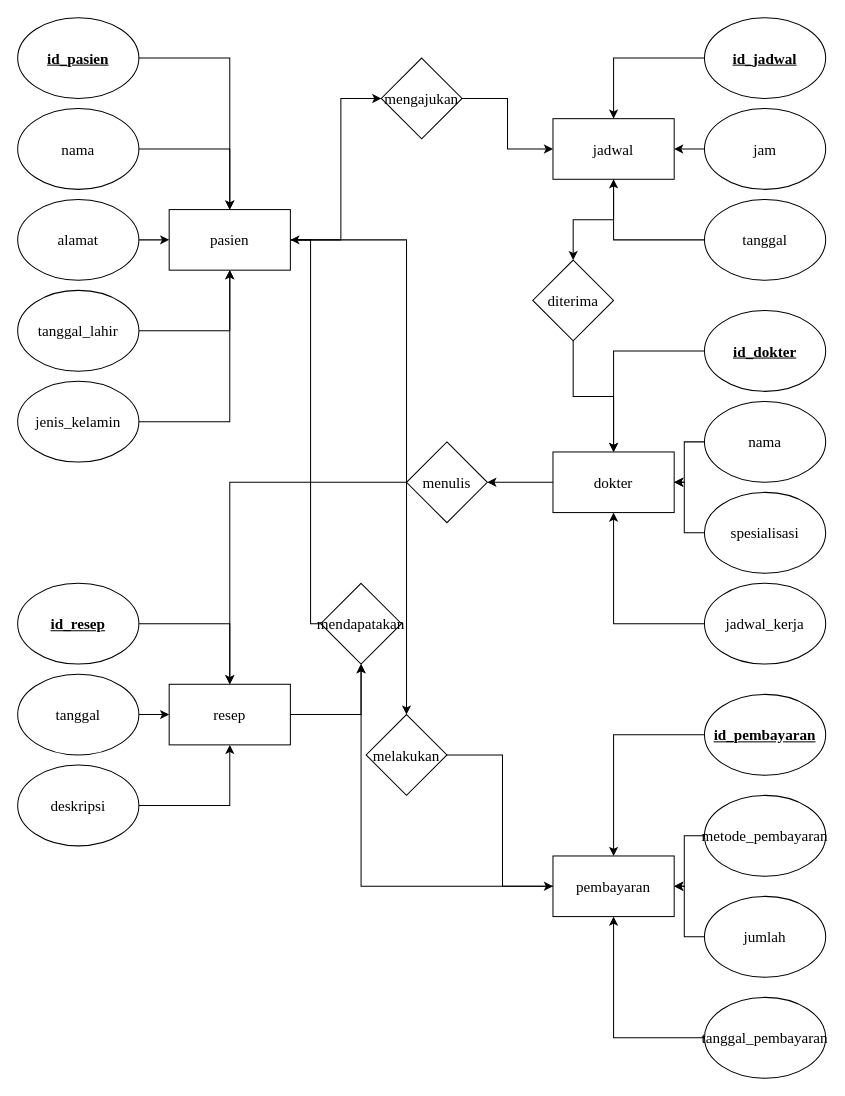
Earlier version of the draw.io diagram Tugas-Dasar-ERD.drawio (Muhammad-Ryan-Handhika-Susanto/Tugas-ERD). Source tidied: cells renumbered, new cells numbered last; positions are measured from the earlier drawing's top-left corner, leaving out a move shared by most shapes. Both pictures are drawn from the tidied source at 101%, with x=0, y=0 at pixel (17, 17).
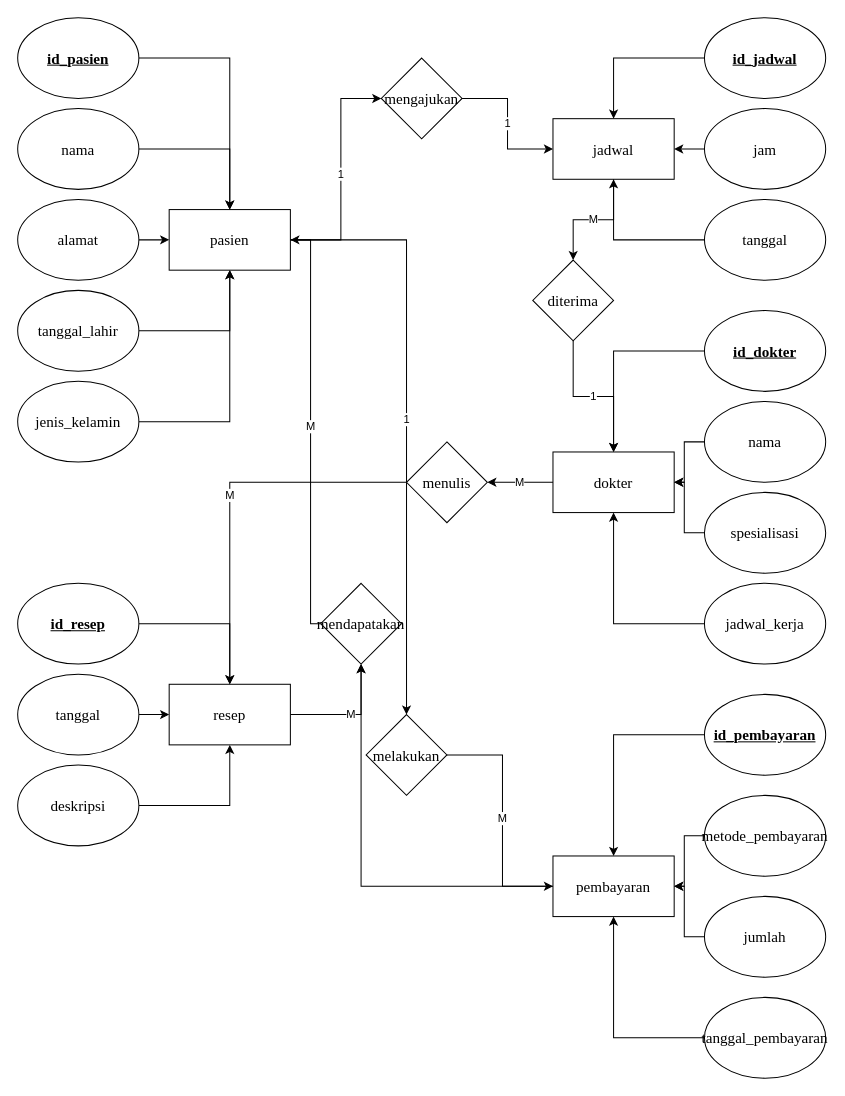
After the change.

Unchanged cells that the change refers to:
```xml
<mxCell id="4" value="pasien" style="rounded=0;whiteSpace=wrap;html=1;fontFamily=Times New Roman;fontSize=15;" parent="1" vertex="1">
  <mxGeometry x="150" y="190" width="120" height="60" as="geometry" />
</mxCell>
<mxCell id="6" value="dokter" style="rounded=0;whiteSpace=wrap;html=1;fontFamily=Times New Roman;fontSize=15;" parent="1" vertex="1">
  <mxGeometry x="530" y="430" width="120" height="60" as="geometry" />
</mxCell>
<mxCell id="8" value="pembayaran" style="rounded=0;whiteSpace=wrap;html=1;fontFamily=Times New Roman;fontSize=15;" parent="1" vertex="1">
  <mxGeometry x="530" y="830" width="120" height="60" as="geometry" />
</mxCell>
<mxCell id="10" value="jadwal" style="rounded=0;whiteSpace=wrap;html=1;fontFamily=Times New Roman;fontSize=15;" parent="1" vertex="1">
  <mxGeometry x="530" y="100" width="120" height="60" as="geometry" />
</mxCell>
<mxCell id="12" value="resep" style="rounded=0;whiteSpace=wrap;html=1;fontFamily=Times New Roman;fontSize=15;" parent="1" vertex="1">
  <mxGeometry x="150" y="660" width="120" height="60" as="geometry" />
</mxCell>
<mxCell id="52" value="melakukan" style="rhombus;whiteSpace=wrap;html=1;fontFamily=Times New Roman;fontSize=15;" parent="1" vertex="1">
  <mxGeometry x="345" y="690" width="80" height="80" as="geometry" />
</mxCell>
<mxCell id="54" value="mendapatakan" style="rhombus;whiteSpace=wrap;html=1;fontFamily=Times New Roman;fontSize=15;" parent="1" vertex="1">
  <mxGeometry x="300" y="560" width="80" height="80" as="geometry" />
</mxCell>
<mxCell id="56" value="mengajukan" style="rhombus;whiteSpace=wrap;html=1;fontFamily=Times New Roman;fontSize=15;" parent="1" vertex="1">
  <mxGeometry x="360" y="40" width="80" height="80" as="geometry" />
</mxCell>
<mxCell id="58" value="menulis" style="rhombus;whiteSpace=wrap;html=1;fontFamily=Times New Roman;fontSize=15;" parent="1" vertex="1">
  <mxGeometry x="385" y="420" width="80" height="80" as="geometry" />
</mxCell>
<mxCell id="60" value="diterima" style="rhombus;whiteSpace=wrap;html=1;fontFamily=Times New Roman;fontSize=15;" parent="1" vertex="1">
  <mxGeometry x="510" y="240" width="80" height="80" as="geometry" />
</mxCell>
```

What changed in the source:
```diff
@@
-    <mxCell id="2" style="edgeStyle=orthogonalEdgeStyle;rounded=0;jettySize=auto;html=1;" parent="1" edge="1" source="4" target="56">
+    <mxCell id="2" value="1" style="edgeStyle=orthogonalEdgeStyle;rounded=0;jettySize=auto;html=1;" parent="1" edge="1" source="4" target="56">
       <mxGeometry relative="1" as="geometry">
         <Array as="points">
           <mxPoint x="320" y="220" />
           <mxPoint x="320" y="80" />
         </Array>
       </mxGeometry>
     </mxCell>
-    <mxCell id="3" style="edgeStyle=orthogonalEdgeStyle;rounded=0;jettySize=auto;html=1;" parent="1" edge="1" source="4" target="52">
+    <mxCell id="3" value="1" style="edgeStyle=orthogonalEdgeStyle;rounded=0;jettySize=auto;html=1;" parent="1" edge="1" source="4" target="52">
       <mxGeometry relative="1" as="geometry">
         <Array as="points">
           <mxPoint x="385" y="220" />
         </Array>
       </mxGeometry>
     </mxCell>
@@
-    <mxCell id="5" style="edgeStyle=orthogonalEdgeStyle;rounded=0;jettySize=auto;html=1;" parent="1" edge="1" source="6" target="58">
+    <mxCell id="5" value="M" style="edgeStyle=orthogonalEdgeStyle;rounded=0;jettySize=auto;html=1;" parent="1" edge="1" source="6" target="58">
       <mxGeometry relative="1" as="geometry" />
     </mxCell>
@@
-    <mxCell id="9" style="edgeStyle=orthogonalEdgeStyle;rounded=0;jettySize=auto;html=1;" parent="1" edge="1" source="10" target="60">
+    <mxCell id="9" value="M" style="edgeStyle=orthogonalEdgeStyle;rounded=0;jettySize=auto;html=1;" parent="1" edge="1" source="10" target="60">
       <mxGeometry relative="1" as="geometry" />
     </mxCell>
@@
-    <mxCell id="11" style="edgeStyle=orthogonalEdgeStyle;rounded=0;jettySize=auto;html=1;" parent="1" edge="1" source="12" target="54">
+    <mxCell id="11" value="M" style="edgeStyle=orthogonalEdgeStyle;rounded=0;jettySize=auto;html=1;" parent="1" edge="1" source="12" target="54">
       <mxGeometry relative="1" as="geometry">
         <Array as="points">
           <mxPoint x="340" y="690" />
         </Array>
       </mxGeometry>
     </mxCell>
@@
-    <mxCell id="51" style="edgeStyle=orthogonalEdgeStyle;rounded=0;jettySize=auto;html=1;" parent="1" edge="1" source="52" target="8">
+    <mxCell id="51" value="M" style="edgeStyle=orthogonalEdgeStyle;rounded=0;jettySize=auto;html=1;" parent="1" edge="1" source="52" target="8">
       <mxGeometry relative="1" as="geometry">
         <Array as="points">
           <mxPoint x="480" y="730" />
           <mxPoint x="480" y="860" />
         </Array>
       </mxGeometry>
     </mxCell>
@@
-    <mxCell id="53" style="edgeStyle=orthogonalEdgeStyle;rounded=0;jettySize=auto;html=1;" parent="1" edge="1" source="54" target="4">
+    <mxCell id="53" value="M" style="edgeStyle=orthogonalEdgeStyle;rounded=0;jettySize=auto;html=1;" parent="1" edge="1" source="54" target="4">
       <mxGeometry relative="1" as="geometry">
         <Array as="points">
           <mxPoint x="290" y="600" />
           <mxPoint x="290" y="220" />
         </Array>
       </mxGeometry>
     </mxCell>
@@
-    <mxCell id="55" style="edgeStyle=orthogonalEdgeStyle;rounded=0;jettySize=auto;html=1;" parent="1" edge="1" source="56" target="10">
+    <mxCell id="55" value="1" style="edgeStyle=orthogonalEdgeStyle;rounded=0;jettySize=auto;html=1;" parent="1" edge="1" source="56" target="10">
       <mxGeometry relative="1" as="geometry" />
     </mxCell>
@@
-    <mxCell id="57" style="edgeStyle=orthogonalEdgeStyle;rounded=0;jettySize=auto;html=1;" parent="1" edge="1" source="58" target="12">
+    <mxCell id="57" value="M" style="edgeStyle=orthogonalEdgeStyle;rounded=0;jettySize=auto;html=1;" parent="1" edge="1" source="58" target="12">
       <mxGeometry relative="1" as="geometry">
         <Array as="points">
           <mxPoint x="210" y="460" />
         </Array>
       </mxGeometry>
     </mxCell>
@@
-    <mxCell id="59" style="edgeStyle=orthogonalEdgeStyle;rounded=0;jettySize=auto;html=1;" parent="1" edge="1" source="60" target="6">
+    <mxCell id="59" value="1" style="edgeStyle=orthogonalEdgeStyle;rounded=0;jettySize=auto;html=1;" parent="1" edge="1" source="60" target="6">
       <mxGeometry relative="1" as="geometry" />
     </mxCell>
```
